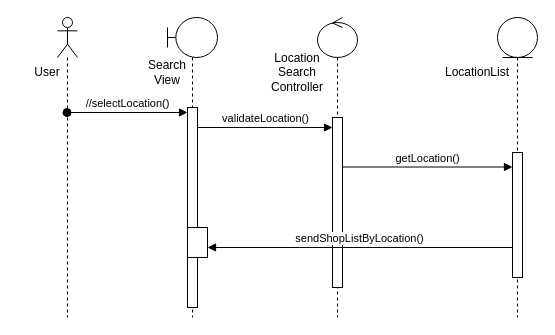
Above: page "Analysis" (1 of 4) of Biểu đồ không có tiêu đề.drawio in TrungQuannn/ss2 (draw.io), before the change. Source tidied: cells renumbered, new cells numbered last; positions are measured from the earlier drawing's top-left corner, leaving out a move shared by most shapes. Both pictures are drawn from the tidied source at 100%, with x=0, y=0 at pixel (17, 17).
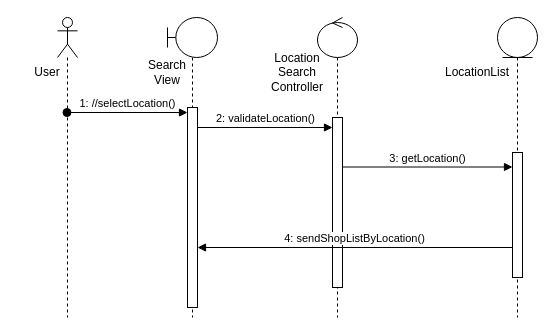
Above is the later version.

The change refers to these unchanged cells:
```xml
<mxCell id="2" style="shape=umlLifeline;perimeter=lifelinePerimeter;whiteSpace=wrap;html=1;outlineConnect=0;portConstraint=eastwest;newEdgeStyle={&quot;curved&quot;:0,&quot;rounded&quot;:0};participant=umlActor;" parent="1" vertex="1">
  <mxGeometry x="40" width="20" height="300" as="geometry" />
</mxCell>
<mxCell id="3" style="shape=umlLifeline;perimeter=lifelinePerimeter;whiteSpace=wrap;html=1;newEdgeStyle={&quot;curved&quot;:0,&quot;rounded&quot;:0};participant=umlBoundary;" parent="1" vertex="1">
  <mxGeometry x="150" width="50" height="300" as="geometry" />
</mxCell>
<mxCell id="7" style="html=1;points=[[0,0,0,0,5],[0,1,0,0,-5],[1,0,0,0,5],[1,1,0,0,-5]];perimeter=orthogonalPerimeter;outlineConnect=0;targetShapes=umlLifeline;portConstraint=eastwest;newEdgeStyle={&quot;curved&quot;:0,&quot;rounded&quot;:0};" parent="6" vertex="1">
  <mxGeometry x="15" y="135" width="10" height="125" as="geometry" />
</mxCell>
<mxCell id="9" style="html=1;points=[[0,0,0,0,5],[0,1,0,0,-5],[1,0,0,0,5],[1,1,0,0,-5]];perimeter=orthogonalPerimeter;outlineConnect=0;targetShapes=umlLifeline;portConstraint=eastwest;newEdgeStyle={&quot;curved&quot;:0,&quot;rounded&quot;:0};" parent="8" vertex="1">
  <mxGeometry x="15" y="100" width="10" height="170" as="geometry" />
</mxCell>
```

What changed in the source:
```diff
@@
-    <mxCell id="5" style="html=1;perimeter=orthogonalPerimeter;targetShapes=umlLifeline;newEdgeStyle={&quot;curved&quot;:0,&quot;rounded&quot;:0};" parent="3" vertex="1">
-      <mxGeometry x="20" y="210" width="20" height="30" as="geometry" />
-    </mxCell>
@@
-    <mxCell id="14" value="//selectLocation()" style="html=1;verticalAlign=bottom;startArrow=oval;endArrow=block;startSize=8;curved=0;rounded=0;" parent="1" edge="1" source="2">
+    <mxCell id="14" value="1: //selectLocation()" style="html=1;verticalAlign=bottom;startArrow=oval;endArrow=block;startSize=8;curved=0;rounded=0;" parent="1" edge="1" source="2">
       <mxGeometry relative="1" as="geometry">
         <mxPoint x="170" y="95" as="targetPoint" />
       </mxGeometry>
     </mxCell>
-    <mxCell id="15" value="validateLocation()" style="html=1;verticalAlign=bottom;endArrow=block;curved=0;rounded=0;" parent="1" edge="1" target="9">
+    <mxCell id="15" value="2: validateLocation()" style="html=1;verticalAlign=bottom;endArrow=block;curved=0;rounded=0;" parent="1" edge="1" target="9">
       <mxGeometry relative="1" as="geometry">
         <mxPoint x="180" y="110" as="sourcePoint" />
       </mxGeometry>
     </mxCell>
-    <mxCell id="16" value="getLocation()" style="html=1;verticalAlign=bottom;endArrow=block;curved=0;rounded=0;" parent="1" edge="1" target="7">
+    <mxCell id="16" value="3: getLocation()" style="html=1;verticalAlign=bottom;endArrow=block;curved=0;rounded=0;" parent="1" edge="1" target="7">
       <mxGeometry relative="1" as="geometry">
         <mxPoint x="325" y="149.5" as="sourcePoint" />
       </mxGeometry>
     </mxCell>
-    <mxCell id="17" value="sendShopListByLocation()" style="html=1;verticalAlign=bottom;endArrow=block;curved=0;rounded=0;" parent="1" edge="1" source="7">
+    <mxCell id="17" value="4: sendShopListByLocation()" style="html=1;verticalAlign=bottom;endArrow=block;curved=0;rounded=0;" parent="1" edge="1" source="7">
       <mxGeometry relative="1" as="geometry">
-        <mxPoint x="190" y="230" as="targetPoint" />
+        <mxPoint x="180" y="230" as="targetPoint" />
       </mxGeometry>
     </mxCell>
```
